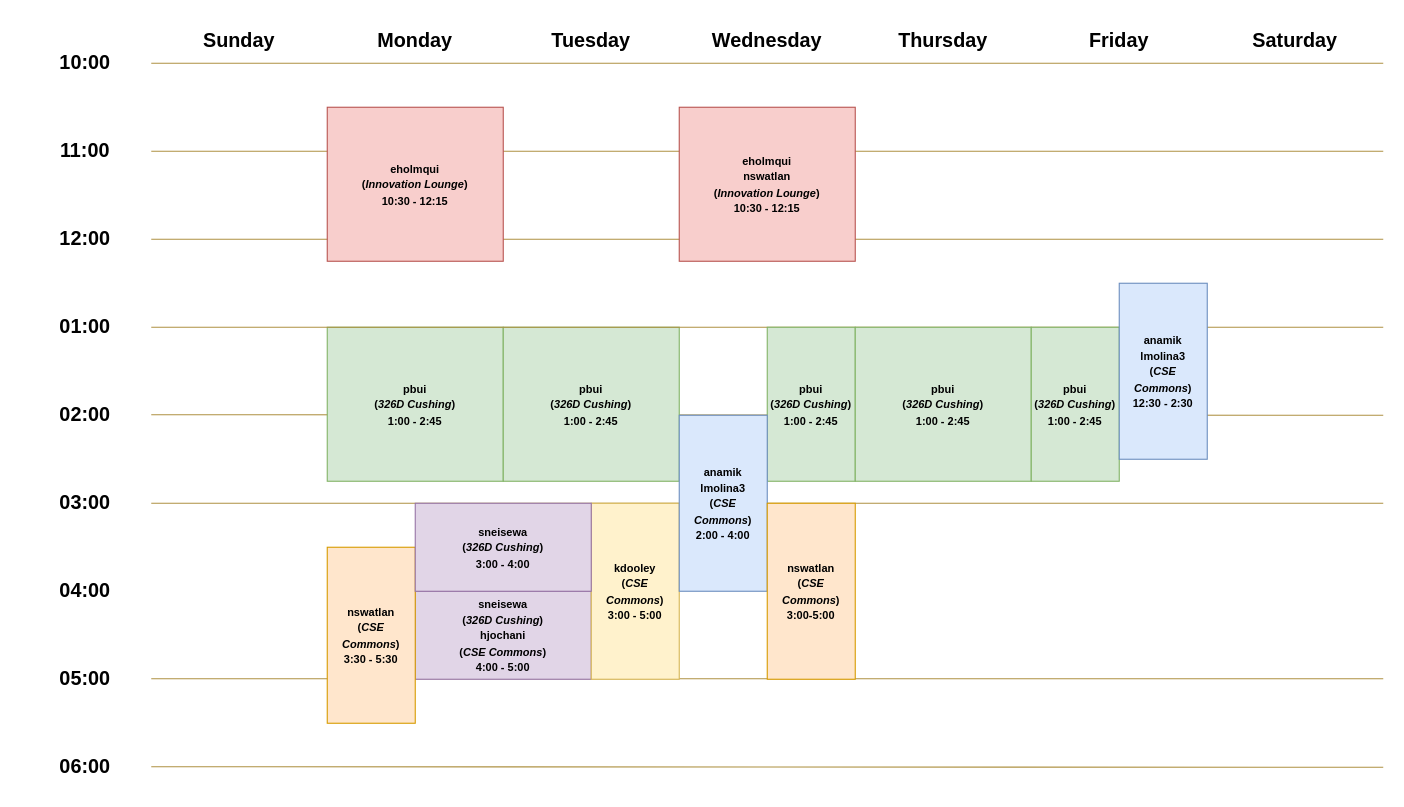
Earlier version of the draw.io diagram static/img/office-hours.drawio (nd-cse-30341-fa26/nd-cse-30341-fa26.github.io). Source tidied: cells renumbered, new cells numbered last; positions are measured from the earlier drawing's top-left corner, leaving out a move shared by most shapes. Both pictures are drawn from the tidied source at 110%, with x=0, y=0 at pixel (19, 19).
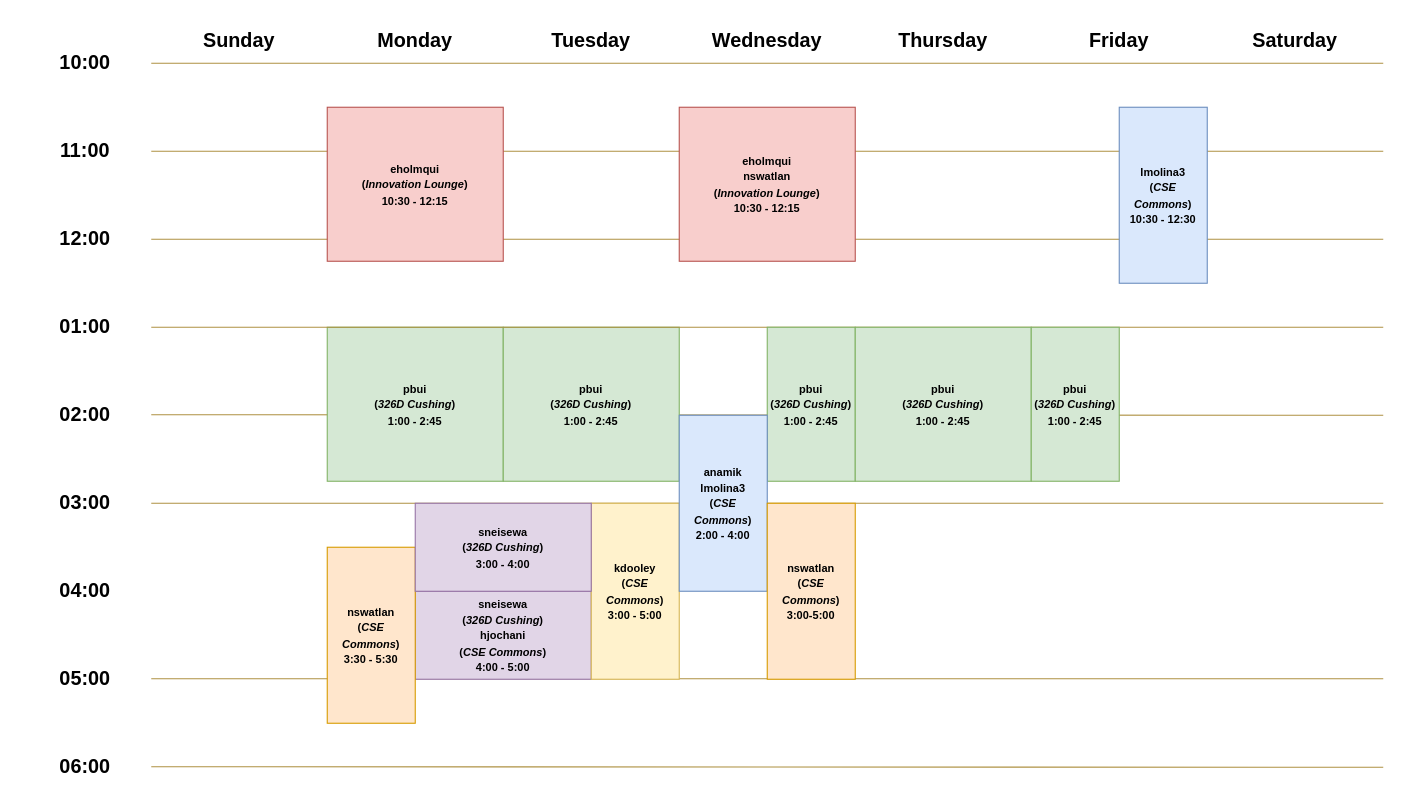
The same diagram, later.

Commit message (it also covers changes not shown here):
Update TA Office Hours

The edit, as a diff of the source:
```diff
@@
-    <mxCell id="33" value="&lt;div&gt;&lt;font face=&quot;JetBrains Mono&quot;&gt;&lt;span style=&quot;font-size: 10px;&quot;&gt;&lt;b&gt;anamik&lt;/b&gt;&lt;/span&gt;&lt;/font&gt;&lt;/div&gt;&lt;div&gt;&lt;font face=&quot;JetBrains Mono&quot;&gt;&lt;span style=&quot;font-size: 10px;&quot;&gt;&lt;b&gt;lmolina3&lt;/b&gt;&lt;/span&gt;&lt;/font&gt;&lt;/div&gt;&lt;div&gt;&lt;b style=&quot;font-size: 10px; font-family: &amp;quot;JetBrains Mono&amp;quot;; background-color: transparent; color: light-dark(rgb(0, 0, 0), rgb(255, 255, 255));&quot;&gt;(&lt;i&gt;CSE Commons&lt;/i&gt;)&lt;/b&gt;&lt;/div&gt;&lt;div&gt;&lt;div&gt;&lt;font face=&quot;JetBrains Mono&quot; style=&quot;font-size: 10px;&quot;&gt;&lt;b&gt;12:30 - 2:30&lt;/b&gt;&lt;/font&gt;&lt;/div&gt;&lt;/div&gt;" style="rounded=0;whiteSpace=wrap;html=1;fillColor=#dae8fc;strokeColor=#6c8ebf;" parent="1" vertex="1">
-      <mxGeometry x="1000" y="240" width="80" height="160" as="geometry" />
+    <mxCell id="33" value="&lt;div&gt;&lt;font face=&quot;JetBrains Mono&quot;&gt;&lt;span style=&quot;font-size: 10px;&quot;&gt;&lt;b&gt;lmolina3&lt;/b&gt;&lt;/span&gt;&lt;/font&gt;&lt;/div&gt;&lt;div&gt;&lt;b style=&quot;font-size: 10px; font-family: &amp;quot;JetBrains Mono&amp;quot;; background-color: transparent; color: light-dark(rgb(0, 0, 0), rgb(255, 255, 255));&quot;&gt;(&lt;i&gt;CSE Commons&lt;/i&gt;)&lt;/b&gt;&lt;/div&gt;&lt;div&gt;&lt;font face=&quot;JetBrains Mono&quot;&gt;&lt;b&gt;&lt;span style=&quot;font-size: 10px; background-color: transparent; color: light-dark(rgb(0, 0, 0), rgb(255, 255, 255));&quot;&gt;10:30 - 12:30&lt;/span&gt;&lt;/b&gt;&lt;/font&gt;&lt;/div&gt;" style="rounded=0;whiteSpace=wrap;html=1;fillColor=#dae8fc;strokeColor=#6c8ebf;" parent="1" vertex="1">
+      <mxGeometry x="1000" y="80" width="80" height="160" as="geometry" />
     </mxCell>
```
